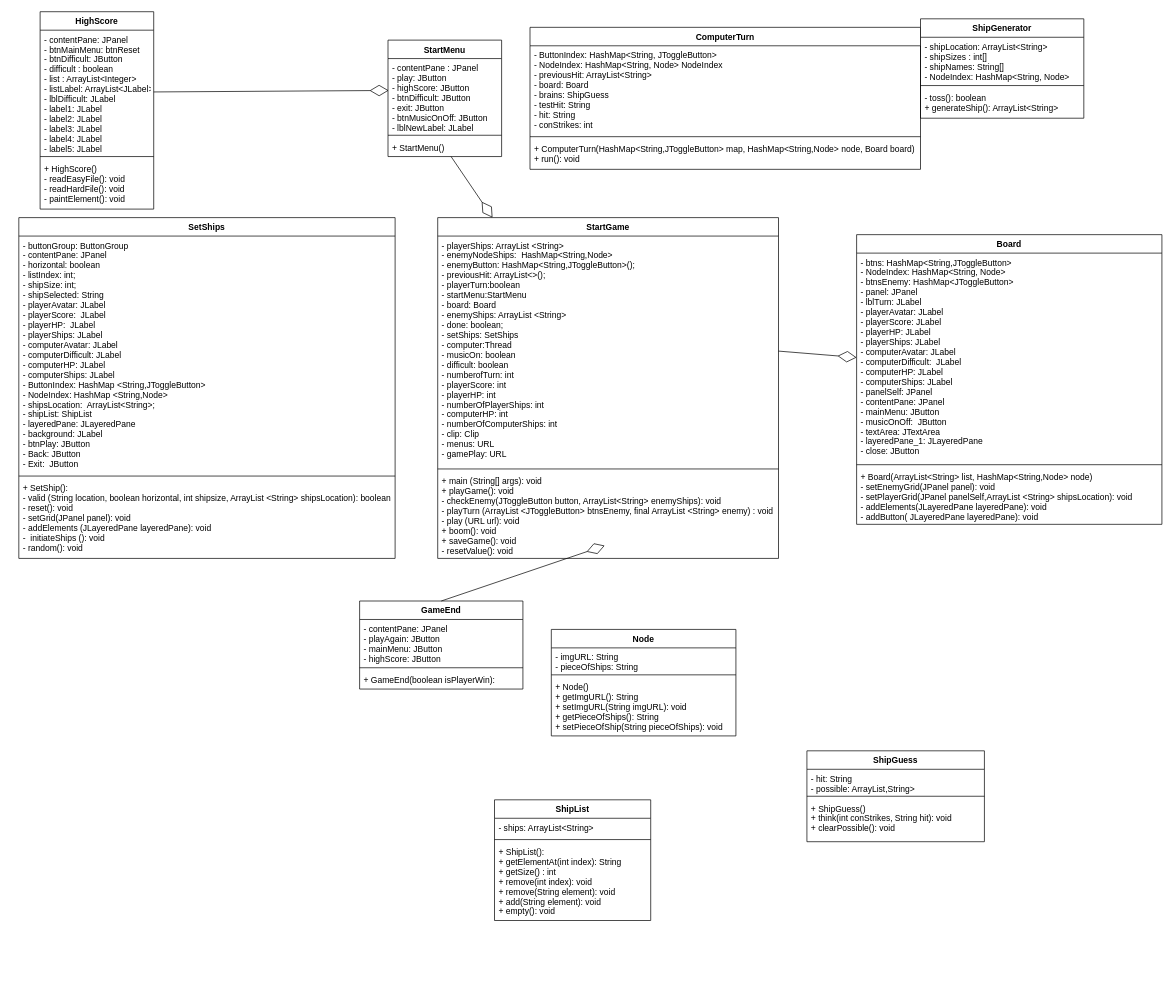
Above: Untitled Diagram.drawio in huytruengusi/Battleship-OOP (draw.io), before the change. Source tidied: cells renumbered, new cells numbered last; positions are measured from the earlier drawing's top-left corner, leaving out a move shared by most shapes. Both pictures are drawn from the tidied source at 71%, with x=0, y=0 at pixel (18, 11).
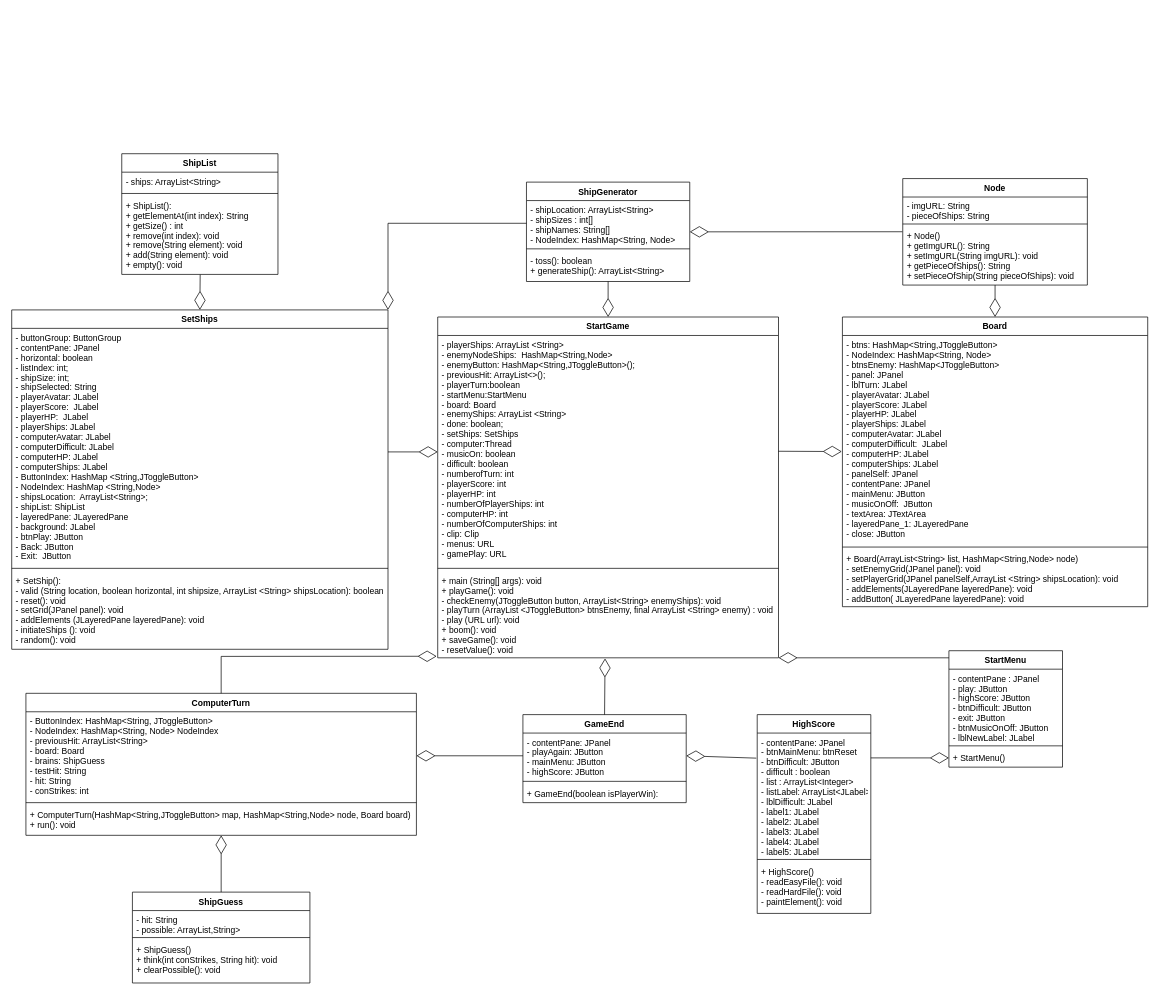
The same page after the edit.

Unchanged cells that the change refers to:
```xml
<mxCell id="3" value="- playerShips: ArrayList &lt;String&gt;&#10;- enemyNodeShips:  HashMap&lt;String,Node&gt;&#10;- enemyButton: HashMap&lt;String,JToggleButton&gt;();&#10;- previousHit: ArrayList&lt;&gt;();&#10;- playerTurn:boolean&#10;- startMenu:StartMenu&#10;- board: Board&#10;- enemyShips: ArrayList &lt;String&gt;&#10;- done: boolean;&#10;- setShips: SetShips&#10;- computer:Thread&#10;- musicOn: boolean&#10;- difficult: boolean&#10;- numberofTurn: int&#10;- playerScore: int&#10;- playerHP: int&#10;- numberOfPlayerShips: int&#10;- computerHP: int&#10;- numberOfComputerShips: int&#10;- clip: Clip&#10;- menus: URL&#10;- gamePlay: URL" style="text;strokeColor=none;fillColor=none;align=left;verticalAlign=top;spacingLeft=4;spacingRight=4;overflow=hidden;points=[[0,0.5],[1,0.5]];portConstraint=eastwest;" parent="2" vertex="1">
  <mxGeometry y="26" width="480" height="324" as="geometry" />
</mxCell>
<mxCell id="5" value="+ main (String[] args): void&#10;+ playGame(): void&#10;- checkEnemy(JToggleButton button, ArrayList&lt;String&gt; enemyShips): void&#10;- playTurn (ArrayList &lt;JToggleButton&gt; btnsEnemy, final ArrayList &lt;String&gt; enemy) : void&#10;- play (URL url): void&#10;+ boom(): void&#10;+ saveGame(): void&#10;- resetValue(): void&#10;" style="text;strokeColor=none;fillColor=none;align=left;verticalAlign=top;spacingLeft=4;spacingRight=4;overflow=hidden;points=[[0,0.5],[1,0.5]];portConstraint=eastwest;" parent="2" vertex="1">
  <mxGeometry y="358" width="480" height="122" as="geometry" />
</mxCell>
<mxCell id="7" value="- contentPane : JPanel&#10;- play: JButton&#10;- highScore: JButton&#10;- btnDifficult: JButton&#10;- exit: JButton&#10;- btnMusicOnOff: JButton&#10;- lblNewLabel: JLabel" style="text;strokeColor=none;fillColor=none;align=left;verticalAlign=top;spacingLeft=4;spacingRight=4;overflow=hidden;points=[[0,0.5],[1,0.5]];portConstraint=eastwest;" parent="6" vertex="1">
  <mxGeometry y="26" width="160" height="104" as="geometry" />
</mxCell>
<mxCell id="9" value="+ StartMenu()" style="text;strokeColor=none;fillColor=none;align=left;verticalAlign=top;spacingLeft=4;spacingRight=4;overflow=hidden;points=[[0,0.5],[1,0.5]];portConstraint=eastwest;" parent="6" vertex="1">
  <mxGeometry y="138" width="160" height="26" as="geometry" />
</mxCell>
<mxCell id="13" value="- contentPane: JPanel&#10;- btnMainMenu: btnReset&#10;- btnDifficult: JButton&#10;- difficult : boolean&#10;- list : ArrayList&lt;Integer&gt;&#10;- listLabel: ArrayList&lt;JLabel&gt;&#10;- lblDifficult: JLabel&#10;- label1: JLabel&#10;- label2: JLabel&#10;- label3: JLabel&#10;- label4: JLabel&#10;- label5: JLabel" style="text;strokeColor=none;fillColor=none;align=left;verticalAlign=top;spacingLeft=4;spacingRight=4;overflow=hidden;points=[[0,0.5],[1,0.5]];portConstraint=eastwest;" parent="12" vertex="1">
  <mxGeometry y="26" width="160" height="174" as="geometry" />
</mxCell>
<mxCell id="19" value="+ ShipList():&#10;+ getElementAt(int index): String&#10;+ getSize() : int&#10;+ remove(int index): void&#10;+ remove(String element): void&#10;+ add(String element): void&#10;+ empty(): void" style="text;strokeColor=none;fillColor=none;align=left;verticalAlign=top;spacingLeft=4;spacingRight=4;overflow=hidden;points=[[0,0.5],[1,0.5]];portConstraint=eastwest;" parent="16" vertex="1">
  <mxGeometry y="60" width="220" height="110" as="geometry" />
</mxCell>
<mxCell id="25" value="- shipLocation: ArrayList&lt;String&gt;&#10;- shipSizes : int[]&#10;- shipNames: String[]&#10;- NodeIndex: HashMap&lt;String, Node&gt;" style="text;strokeColor=none;fillColor=none;align=left;verticalAlign=top;spacingLeft=4;spacingRight=4;overflow=hidden;points=[[0,0.5],[1,0.5]];portConstraint=eastwest;" parent="24" vertex="1">
  <mxGeometry y="26" width="230" height="64" as="geometry" />
</mxCell>
<mxCell id="27" value="- toss(): boolean&#10;+ generateShip(): ArrayList&lt;String&gt;" style="text;strokeColor=none;fillColor=none;align=left;verticalAlign=top;spacingLeft=4;spacingRight=4;overflow=hidden;points=[[0,0.5],[1,0.5]];portConstraint=eastwest;" parent="24" vertex="1">
  <mxGeometry y="98" width="230" height="42" as="geometry" />
</mxCell>
<mxCell id="31" value="+ Node()&#10;+ getImgURL(): String&#10;+ setImgURL(String imgURL): void&#10;+ getPieceOfShips(): String&#10;+ setPieceOfShip(String pieceOfShips): void" style="text;strokeColor=none;fillColor=none;align=left;verticalAlign=top;spacingLeft=4;spacingRight=4;overflow=hidden;points=[[0,0.5],[1,0.5]];portConstraint=eastwest;" parent="28" vertex="1">
  <mxGeometry y="68" width="260" height="82" as="geometry" />
</mxCell>
<mxCell id="33" value="- contentPane: JPanel&#10;- playAgain: JButton&#10;- mainMenu: JButton&#10;- highScore: JButton" style="text;strokeColor=none;fillColor=none;align=left;verticalAlign=top;spacingLeft=4;spacingRight=4;overflow=hidden;points=[[0,0.5],[1,0.5]];portConstraint=eastwest;" parent="32" vertex="1">
  <mxGeometry y="26" width="230" height="64" as="geometry" />
</mxCell>
<mxCell id="37" value="- ButtonIndex: HashMap&lt;String, JToggleButton&gt;&#10;- NodeIndex: HashMap&lt;String, Node&gt; NodeIndex&#10;- previousHit: ArrayList&lt;String&gt;&#10;- board: Board&#10;- brains: ShipGuess&#10;- testHit: String&#10;- hit: String&#10;- conStrikes: int" style="text;strokeColor=none;fillColor=none;align=left;verticalAlign=top;spacingLeft=4;spacingRight=4;overflow=hidden;points=[[0,0.5],[1,0.5]];portConstraint=eastwest;" parent="36" vertex="1">
  <mxGeometry y="26" width="550" height="124" as="geometry" />
</mxCell>
<mxCell id="39" value="+ ComputerTurn(HashMap&lt;String,JToggleButton&gt; map, HashMap&lt;String,Node&gt; node, Board board)&#10;+ run(): void&#10;" style="text;strokeColor=none;fillColor=none;align=left;verticalAlign=top;spacingLeft=4;spacingRight=4;overflow=hidden;points=[[0,0.5],[1,0.5]];portConstraint=eastwest;" parent="36" vertex="1">
  <mxGeometry y="158" width="550" height="42" as="geometry" />
</mxCell>
<mxCell id="41" value="- btns: HashMap&lt;String,JToggleButton&gt;&#10;- NodeIndex: HashMap&lt;String, Node&gt;&#10;- btnsEnemy: HashMap&lt;JToggleButton&gt;&#10;- panel: JPanel&#10;- lblTurn: JLabel&#10;- playerAvatar: JLabel&#10;- playerScore: JLabel&#10;- playerHP: JLabel&#10;- playerShips: JLabel&#10;- computerAvatar: JLabel&#10;- computerDifficult:  JLabel&#10;- computerHP: JLabel&#10;- computerShips: JLabel&#10;- panelSelf: JPanel&#10;- contentPane: JPanel&#10;- mainMenu: JButton&#10;- musicOnOff:  JButton&#10;- textArea: JTextArea&#10;- layeredPane_1: JLayeredPane&#10;- close: JButton&#10;" style="text;strokeColor=none;fillColor=none;align=left;verticalAlign=top;spacingLeft=4;spacingRight=4;overflow=hidden;points=[[0,0.5],[1,0.5]];portConstraint=eastwest;" parent="40" vertex="1">
  <mxGeometry y="26" width="430" height="294" as="geometry" />
</mxCell>
```

Diff of the diagram source:
```diff
@@
     <mxCell id="2" value="StartGame" style="swimlane;fontStyle=1;align=center;verticalAlign=top;horizontal=1;startSize=26;" parent="1" vertex="1">
-      <mxGeometry x="590" y="290" width="480" height="480" as="geometry" />
+      <mxGeometry x="590" y="430" width="480" height="480" as="geometry" />
     </mxCell>
@@
     <mxCell id="6" value="StartMenu" style="swimlane;fontStyle=1;align=center;verticalAlign=top;horizontal=1;startSize=26;" parent="1" vertex="1">
-      <mxGeometry x="520" y="40" width="160" height="164" as="geometry" />
+      <mxGeometry x="1310" y="900" width="160" height="164" as="geometry" />
     </mxCell>
@@
-    <mxCell id="10" style="endArrow=diamondThin;endFill=0;endSize=24;html=1;rounded=0;" parent="1" edge="1" source="9" target="2">
-      <mxGeometry relative="1" as="geometry" />
+    <mxCell id="10" style="endArrow=diamondThin;endFill=0;endSize=24;html=1;rounded=0;entryX=1;entryY=1;entryDx=0;entryDy=0;entryPerimeter=0;" parent="1" edge="1" target="5">
+      <mxGeometry relative="1" as="geometry">
+        <mxPoint x="1310" y="910" as="sourcePoint" />
+      </mxGeometry>
     </mxCell>
-    <mxCell id="11" style="endArrow=diamondThin;endFill=0;endSize=24;html=1;rounded=0;entryX=0.006;entryY=0.432;entryDx=0;entryDy=0;entryPerimeter=0;exitX=1;exitY=0.5;exitDx=0;exitDy=0;" parent="1" edge="1" source="13" target="7">
+    <mxCell id="11" style="endArrow=diamondThin;endFill=0;endSize=24;html=1;rounded=0;exitX=1;exitY=0.201;exitDx=0;exitDy=0;exitPerimeter=0;" parent="1" edge="1" source="13" target="9">
       <mxGeometry relative="1" as="geometry" />
     </mxCell>
     <mxCell id="12" value="HighScore" style="swimlane;fontStyle=1;align=center;verticalAlign=top;horizontal=1;startSize=26;" parent="1" vertex="1">
-      <mxGeometry x="30" width="160" height="278" as="geometry" />
+      <mxGeometry x="1040" y="990" width="160" height="280" as="geometry" />
     </mxCell>
@@
     <mxCell id="15" value="+ HighScore()&#10;- readEasyFile(): void&#10;- readHardFile(): void&#10;- paintElement(): void" style="text;strokeColor=none;fillColor=none;align=left;verticalAlign=top;spacingLeft=4;spacingRight=4;overflow=hidden;" parent="12" vertex="1">
-      <mxGeometry y="208" width="160" height="70" as="geometry" />
+      <mxGeometry y="208" width="160" height="72" as="geometry" />
     </mxCell>
     <mxCell id="16" value="ShipList" style="swimlane;fontStyle=1;align=center;verticalAlign=top;horizontal=1;startSize=26;" parent="1" vertex="1">
-      <mxGeometry x="670" y="1110" width="220" height="170" as="geometry" />
+      <mxGeometry x="145" y="200" width="220" height="170" as="geometry" />
     </mxCell>
@@
     <mxCell id="20" value="ShipGuess" style="swimlane;fontStyle=1;align=center;verticalAlign=top;horizontal=1;startSize=26;" parent="1" vertex="1">
-      <mxGeometry x="1110" y="1041" width="250" height="128" as="geometry" />
+      <mxGeometry x="160" y="1240" width="250" height="128" as="geometry" />
     </mxCell>
@@
     <mxCell id="24" value="ShipGenerator" style="swimlane;fontStyle=1;align=center;verticalAlign=top;horizontal=1;startSize=26;" parent="1" vertex="1">
-      <mxGeometry x="1270" y="10" width="230" height="140" as="geometry" />
+      <mxGeometry x="715" y="240" width="230" height="140" as="geometry" />
     </mxCell>
@@
     <mxCell id="28" value="Node" style="swimlane;fontStyle=1;align=center;verticalAlign=top;horizontal=1;startSize=26;" parent="1" vertex="1">
-      <mxGeometry x="750" y="870" width="260" height="150" as="geometry" />
+      <mxGeometry x="1245" y="235" width="260" height="150" as="geometry" />
     </mxCell>
@@
     <mxCell id="32" value="GameEnd" style="swimlane;fontStyle=1;align=center;verticalAlign=top;horizontal=1;startSize=26;" parent="1" vertex="1">
-      <mxGeometry x="480" y="830" width="230" height="124" as="geometry" />
+      <mxGeometry x="710" y="990" width="230" height="124" as="geometry" />
     </mxCell>
@@
     <mxCell id="36" value="ComputerTurn" style="swimlane;fontStyle=1;align=center;verticalAlign=top;horizontal=1;startSize=26;" parent="1" vertex="1">
-      <mxGeometry x="720" y="22" width="550" height="200" as="geometry" />
+      <mxGeometry x="10" y="960" width="550" height="200" as="geometry" />
     </mxCell>
@@
     <mxCell id="40" value="Board" style="swimlane;fontStyle=1;align=center;verticalAlign=top;horizontal=1;startSize=26;" parent="1" vertex="1">
-      <mxGeometry x="1180" y="314" width="430" height="408" as="geometry" />
+      <mxGeometry x="1160" y="430" width="430" height="408" as="geometry" />
     </mxCell>
@@
-    <mxCell id="44" style="endArrow=diamondThin;endFill=0;endSize=24;html=1;rounded=0;entryX=0;entryY=0.5;entryDx=0;entryDy=0;exitX=1;exitY=0.5;exitDx=0;exitDy=0;" parent="1" edge="1" source="3" target="41">
+    <mxCell id="44" style="endArrow=diamondThin;endFill=0;endSize=24;html=1;rounded=0;entryX=-0.002;entryY=0.556;entryDx=0;entryDy=0;entryPerimeter=0;" parent="1" edge="1" source="3" target="41">
       <mxGeometry relative="1" as="geometry" />
     </mxCell>
-    <mxCell id="45" style="endArrow=diamondThin;endFill=0;endSize=24;html=1;rounded=0;exitX=0.5;exitY=0;exitDx=0;exitDy=0;entryX=0.49;entryY=0.852;entryDx=0;entryDy=0;entryPerimeter=0;" parent="1" edge="1" source="32" target="5">
+    <mxCell id="45" style="endArrow=diamondThin;endFill=0;endSize=24;html=1;rounded=0;exitX=0.5;exitY=0;exitDx=0;exitDy=0;entryX=0.491;entryY=1.007;entryDx=0;entryDy=0;entryPerimeter=0;" parent="1" edge="1" source="32" target="5">
       <mxGeometry relative="1" as="geometry" />
     </mxCell>
     <mxCell id="46" value="SetShips" style="swimlane;fontStyle=1;align=center;verticalAlign=top;horizontal=1;startSize=26;" parent="1" vertex="1">
-      <mxGeometry y="290" width="530" height="480" as="geometry" />
+      <mxGeometry x="-10" y="420" width="530" height="478" as="geometry" />
     </mxCell>
@@
-    <mxCell id="49" value="+ SetShip():&#10;- valid (String location, boolean horizontal, int shipsize, ArrayList &lt;String&gt; shipsLocation): boolean&#10;- reset(): void&#10;- setGrid(JPanel panel): void&#10;- addElements (JLayeredPane layeredPane): void&#10;-  initiateShips (): void&#10;- random(): void" style="text;strokeColor=none;fillColor=none;align=left;verticalAlign=top;spacingLeft=4;spacingRight=4;overflow=hidden;" parent="46" vertex="1">
-      <mxGeometry y="368" width="530" height="112" as="geometry" />
+    <mxCell id="49" value="+ SetShip():&#10;- valid (String location, boolean horizontal, int shipsize, ArrayList &lt;String&gt; shipsLocation): boolean&#10;- reset(): void&#10;- setGrid(JPanel panel): void&#10;- addElements (JLayeredPane layeredPane): void&#10;- initiateShips (): void&#10;- random(): void" style="text;strokeColor=none;fillColor=none;align=left;verticalAlign=top;spacingLeft=4;spacingRight=4;overflow=hidden;" parent="46" vertex="1">
+      <mxGeometry y="368" width="530" height="110" as="geometry" />
     </mxCell>
+    <mxCell id="50" style="endArrow=diamondThin;endFill=0;endSize=24;html=1;rounded=0;exitX=0;exitY=0.5;exitDx=0;exitDy=0;entryX=1;entryY=0.5;entryDx=0;entryDy=0;" parent="1" edge="1" source="33" target="37">
+      <mxGeometry relative="1" as="geometry" />
+    </mxCell>
+    <mxCell id="51" style="endArrow=diamondThin;endFill=0;endSize=24;html=1;rounded=0;exitX=0.5;exitY=0;exitDx=0;exitDy=0;entryX=-0.003;entryY=0.982;entryDx=0;entryDy=0;entryPerimeter=0;" parent="1" edge="1" source="36" target="5">
+      <mxGeometry relative="1" as="geometry">
+        <Array as="points">
+          <mxPoint x="285" y="908" />
+        </Array>
+      </mxGeometry>
+    </mxCell>
+    <mxCell id="52" style="endArrow=diamondThin;endFill=0;endSize=24;html=1;rounded=0;entryX=1;entryY=0.5;entryDx=0;entryDy=0;exitX=-0.008;exitY=0.203;exitDx=0;exitDy=0;exitPerimeter=0;" parent="1" edge="1" source="13" target="33">
+      <mxGeometry relative="1" as="geometry" />
+    </mxCell>
+    <mxCell id="53" style="endArrow=diamondThin;endFill=0;endSize=24;html=1;rounded=0;" parent="1" edge="1">
+      <mxGeometry relative="1" as="geometry">
+        <mxPoint x="520" y="620" as="sourcePoint" />
+        <mxPoint x="590" y="620" as="targetPoint" />
+      </mxGeometry>
+    </mxCell>
+    <mxCell id="54" style="endArrow=diamondThin;endFill=0;endSize=24;html=1;rounded=0;exitX=0.502;exitY=1.003;exitDx=0;exitDy=0;exitPerimeter=0;entryX=0.5;entryY=0;entryDx=0;entryDy=0;" parent="1" edge="1" source="19" target="46">
+      <mxGeometry relative="1" as="geometry" />
+    </mxCell>
+    <mxCell id="55" style="endArrow=diamondThin;endFill=0;endSize=24;html=1;rounded=0;exitX=0.5;exitY=0;exitDx=0;exitDy=0;" parent="1" edge="1" source="20" target="39">
+      <mxGeometry relative="1" as="geometry" />
+    </mxCell>
+    <mxCell id="56" style="endArrow=diamondThin;endFill=0;endSize=24;html=1;rounded=0;exitX=0.5;exitY=1;exitDx=0;exitDy=0;exitPerimeter=0;entryX=0.5;entryY=0;entryDx=0;entryDy=0;" parent="1" edge="1" source="27" target="2">
+      <mxGeometry relative="1" as="geometry" />
+    </mxCell>
+    <mxCell id="57" style="endArrow=diamondThin;endFill=0;endSize=24;html=1;rounded=0;entryX=1;entryY=0.688;entryDx=0;entryDy=0;entryPerimeter=0;exitX=-0.002;exitY=0.084;exitDx=0;exitDy=0;exitPerimeter=0;" parent="1" edge="1" source="31" target="25">
+      <mxGeometry relative="1" as="geometry" />
+    </mxCell>
+    <mxCell id="58" style="endArrow=diamondThin;endFill=0;endSize=24;html=1;rounded=0;entryX=0.5;entryY=0;entryDx=0;entryDy=0;" parent="1" edge="1" source="31" target="40">
+      <mxGeometry relative="1" as="geometry" />
+    </mxCell>
+    <mxCell id="59" style="endArrow=diamondThin;endFill=0;endSize=24;html=1;rounded=0;entryX=1;entryY=0;entryDx=0;entryDy=0;exitX=0;exitY=0.5;exitDx=0;exitDy=0;" parent="1" edge="1" source="25" target="46">
+      <mxGeometry relative="1" as="geometry">
+        <Array as="points">
+          <mxPoint x="520" y="298" />
+        </Array>
+      </mxGeometry>
+    </mxCell>
```
